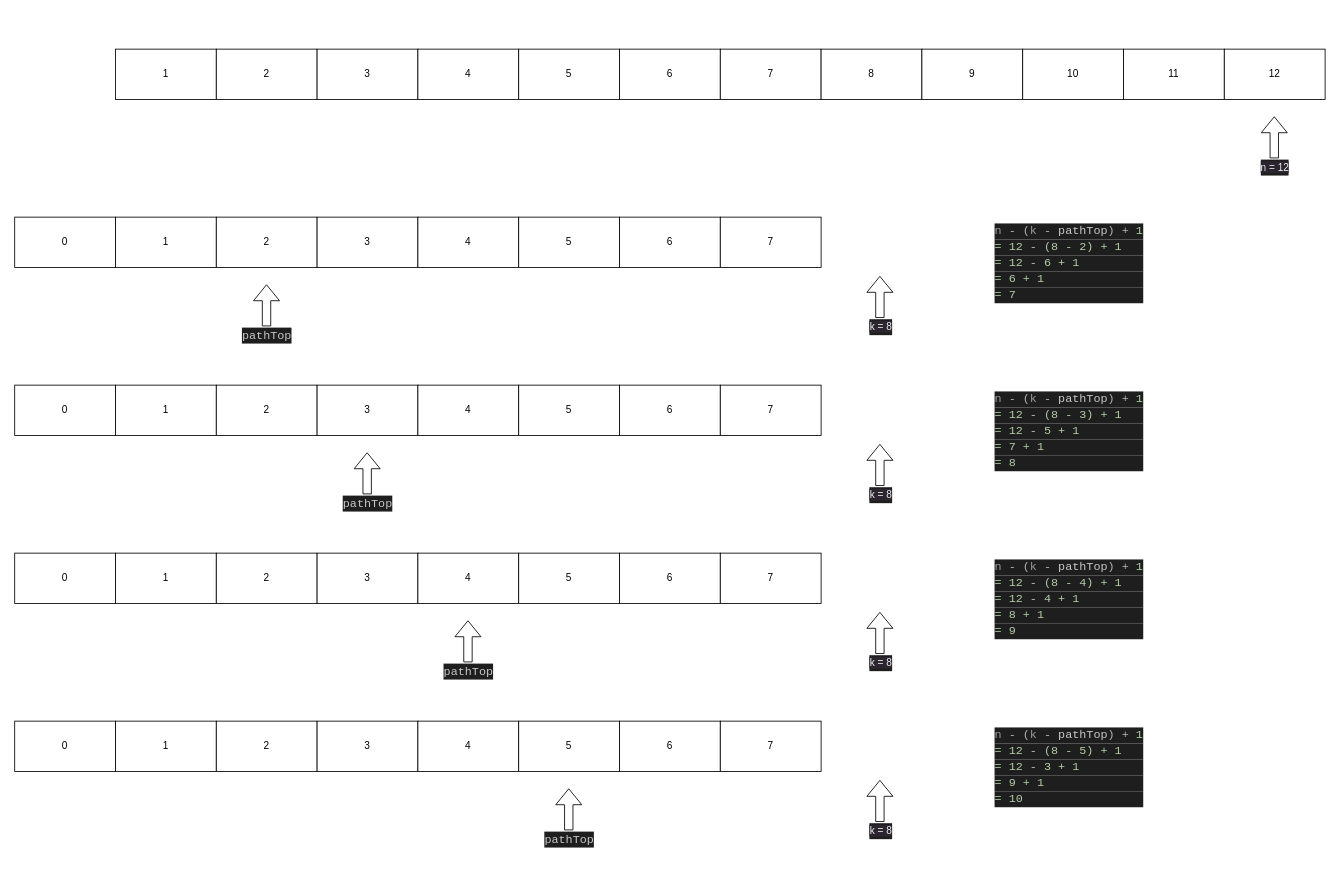
Above: 01_Programmercarl_Series/08_Backtracking/01_combine/main_chong_cut.drawio in ImChong/Practice_LeetCode_C (draw.io), before the change. Source tidied: cells renumbered, new cells numbered last; positions are measured from the earlier drawing's top-left corner, leaving out a move shared by most shapes. Both pictures are drawn from the tidied source at 84%, with x=0, y=0 at pixel (14, 49).
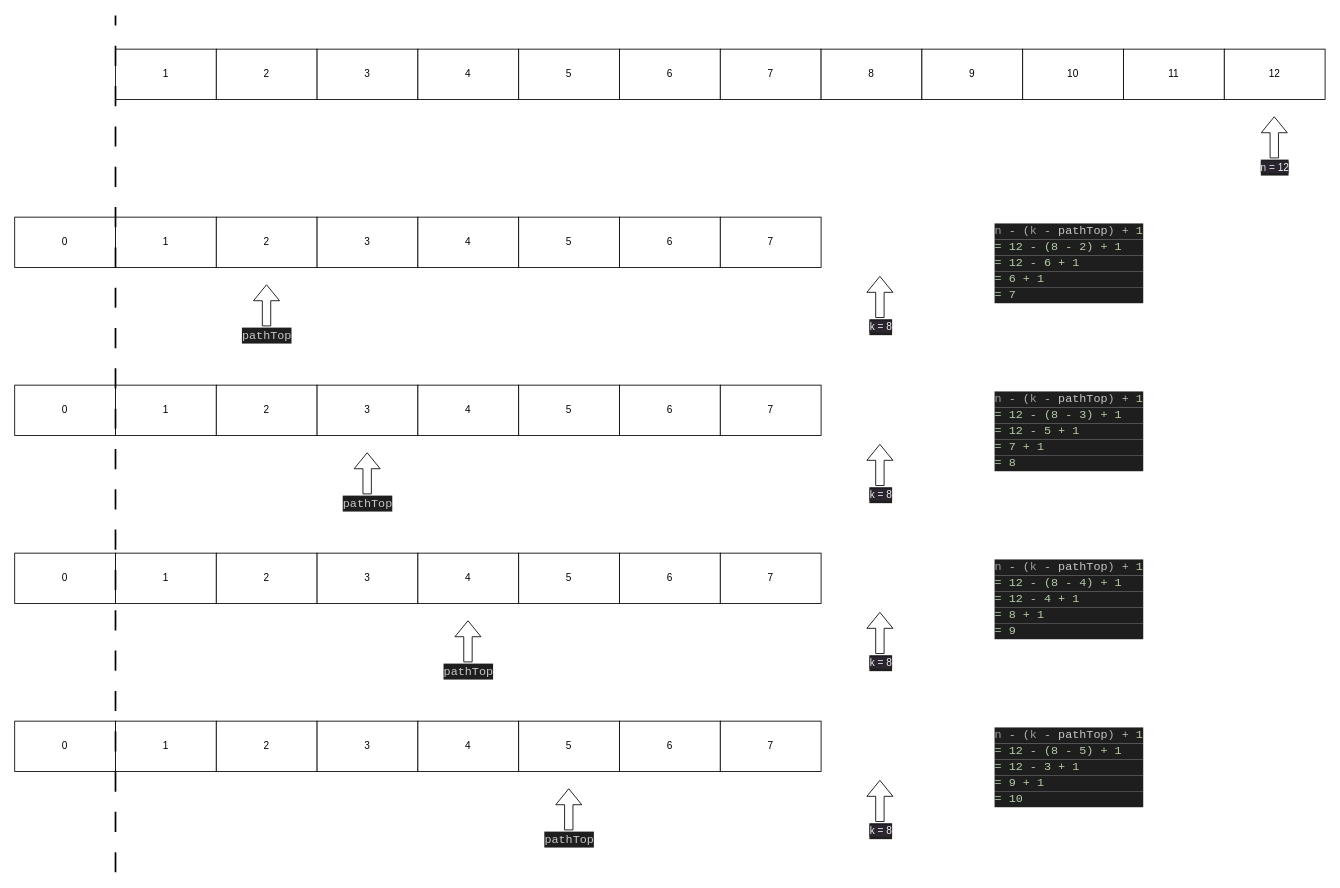
Above is the later version.

Change to the diagram source:
```diff
@@
+    <mxCell id="77" style="endArrow=none;dashed=1;html=1;dashPattern=12 12;strokeWidth=2;" parent="1" edge="1">
+      <mxGeometry relative="1" as="geometry">
+        <mxPoint x="120" y="980" as="sourcePoint" />
+        <mxPoint x="120" y="-40" as="targetPoint" />
+      </mxGeometry>
+    </mxCell>
```
